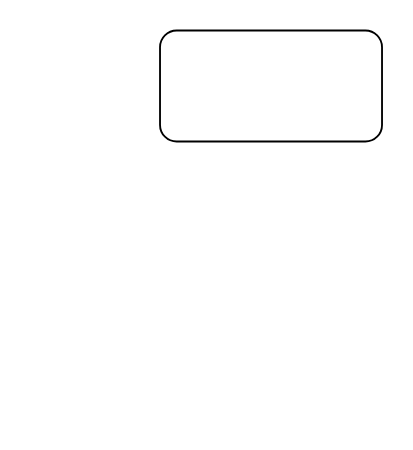
Above: 投资分账系统.drawio in jxu86/project-uml (draw.io), before the change. Source tidied: cells renumbered, new cells numbered last; positions are measured from the earlier drawing's top-left corner, leaving out a move shared by most shapes. Both pictures are drawn from the tidied source at 185%, with x=0, y=0 at pixel (159, 30).
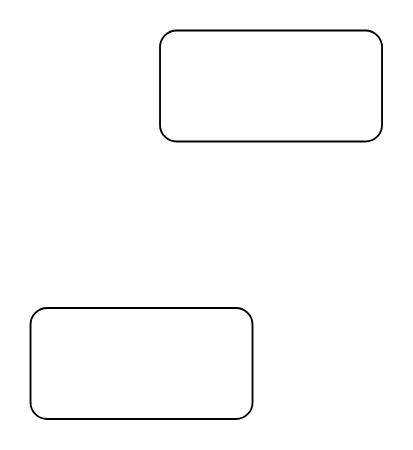
The same diagram, later.

Commit message:
Update 投资分账系统.drawio

The edit, as a diff of the source:
```diff
@@
 <mxGraphModel>
   <root>
     <mxCell id="0" />
     <mxCell id="1" parent="0" />
     <mxCell id="2" style="rounded=1;whiteSpace=wrap;html=1;" parent="1" vertex="1">
       <mxGeometry width="120" height="60" as="geometry" />
     </mxCell>
+    <mxCell id="3" style="rounded=1;whiteSpace=wrap;html=1;" parent="1" vertex="1">
+      <mxGeometry x="-70" y="150" width="120" height="60" as="geometry" />
+    </mxCell>
   </root>
 </mxGraphModel>
```
